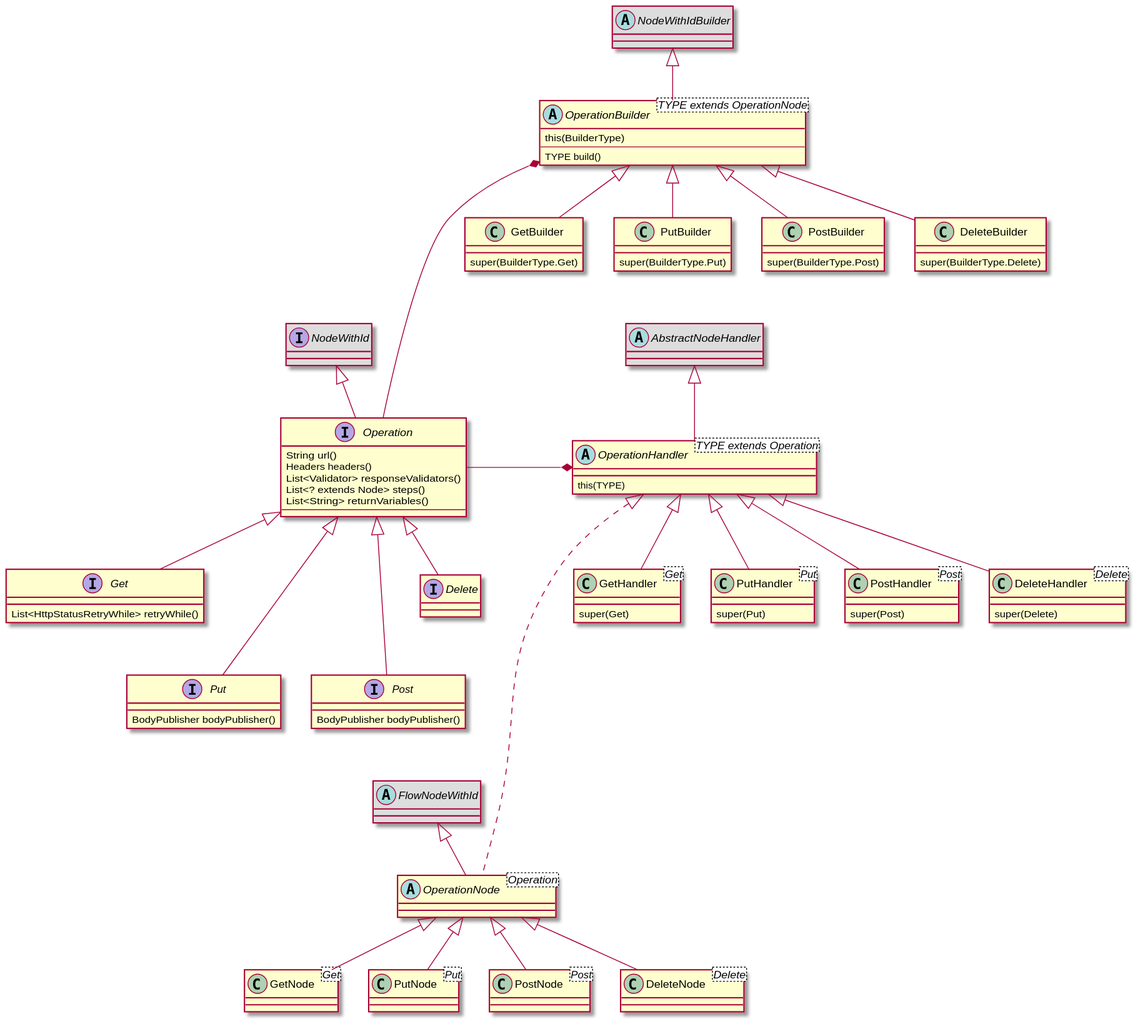
Before: docs/diagrams/http-builder-class-diagram.svg, a diagram exported from PlantUML (descoped/data-collector-documentation).
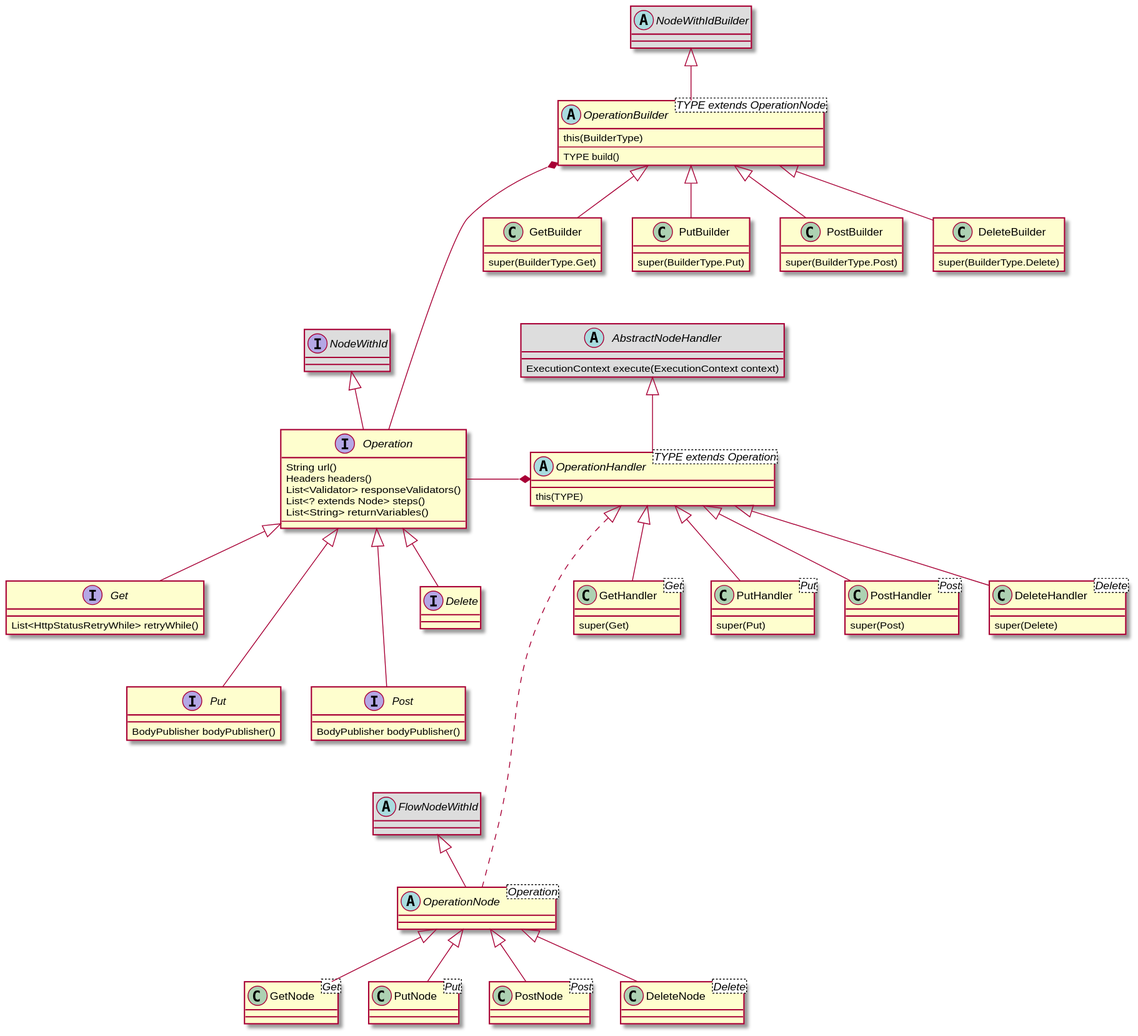
The same file after the commit.

The edit, as a diff of the source:
```diff
@@ -61,7 +61,9 @@
 OperationBuilder <|-- DeleteBuilder
 
 
-abstract AbstractNodeHandler #DDD
+abstract AbstractNodeHandler #DDD {
+    ExecutionContext execute(ExecutionContext context)
+}
 abstract OperationHandler<TYPE extends Operation> extends AbstractNodeHandler {
     this(TYPE)
 }
```
